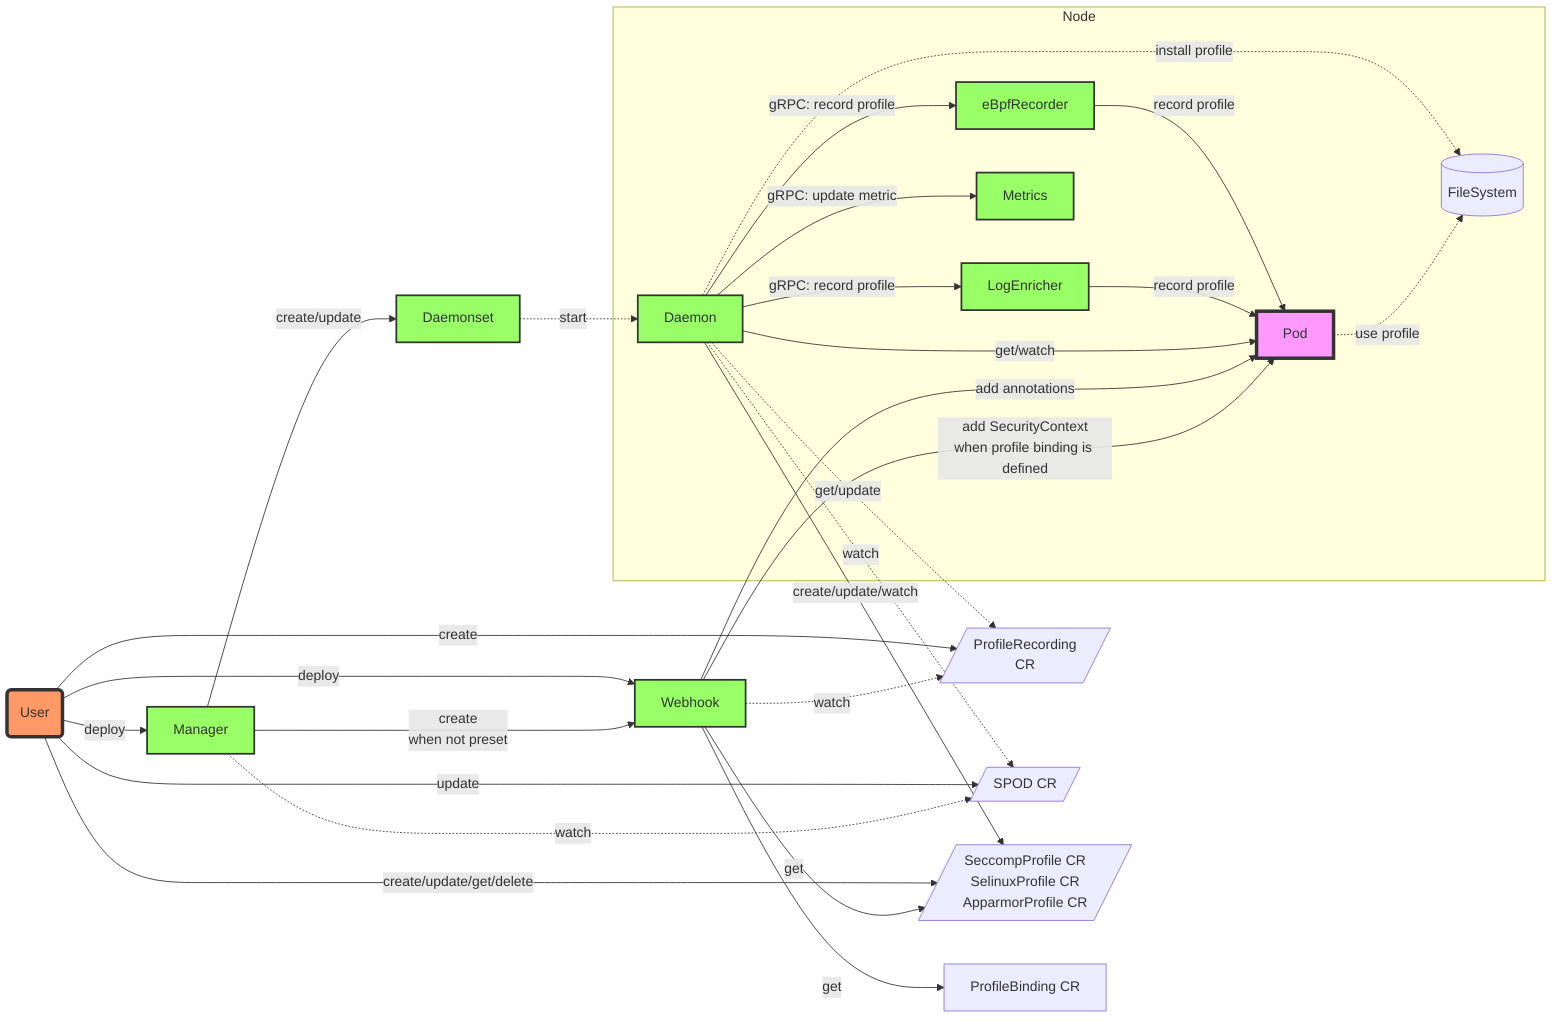
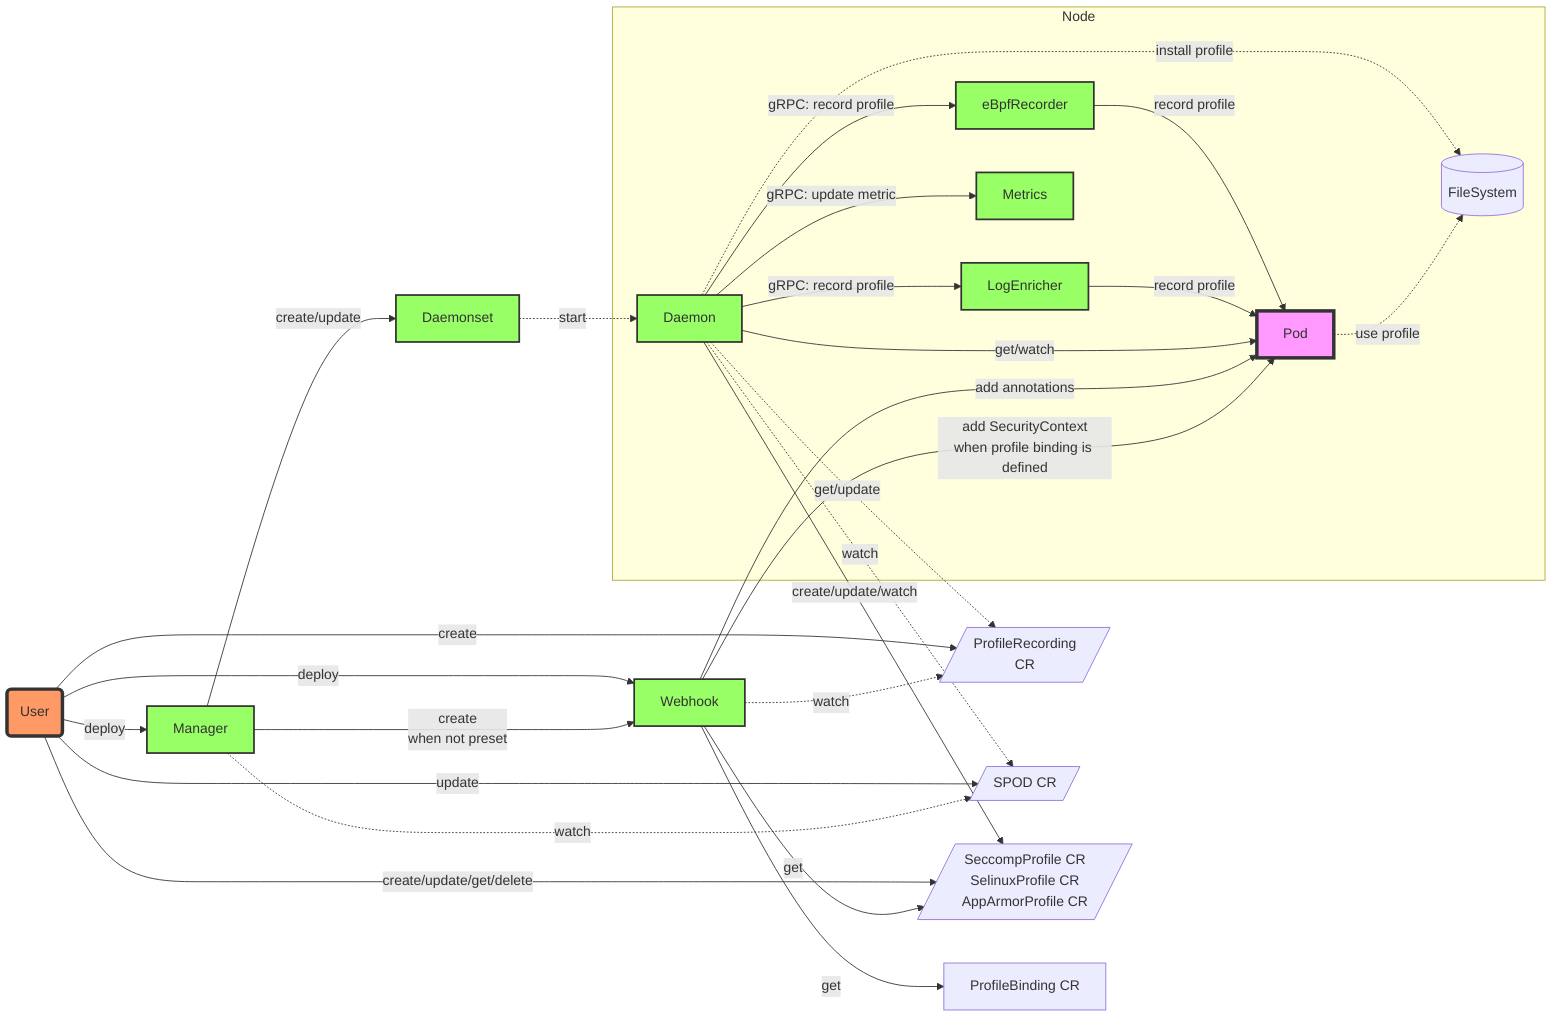
flowchart LR
    U(User)
    subgraph Node
        FS1[(FileSystem)]
        P1[Pod]
        D1[Daemon]
        R1[eBpfRecorder]
        E1[LogEnricher]
        M1[Metrics]

        D1 -.->|install profile|FS1
        P1 -.-> |use profile|FS1
        D1 --> |gRPC: record profile| R1
        D1 --> |gRPC: record profile| E1
        D1 --> |gRPC: update metric| M1
        R1 --> |record profile| P1
        E1 --> |record profile| P1
        D1 -->|get/watch| P1
    end

    Recording[/ProfileRecording<br> CR/]
    Config[/SPOD CR/]
-     Profile[/SeccompProfile CR<br>SelinuxProfile CR <br> ApparmorProfile CR/]
+     Profile[/SeccompProfile CR<br>SelinuxProfile CR <br> AppArmorProfile CR/]
    Binding[ProfileBinding CR]
    W[Webhook]
    M[Manager]
    D[Daemonset]

    U -->|deploy|M
    U -->|deploy|W
    U -->|update|Config
    U -->|create|Recording
    U -->|create/update/get/delete|Profile

    W -.->|watch| Recording
    W -->|add annotations| P1

    M -.->|watch|Config
    M -->|create/update|D
    M -->|create<br>when not preset|W

    D -.->|start|D1
    D1 -.->|watch|Config
    D1-.->|get/update|Recording
    D1 -->|create/update/watch|Profile

    W-->|get|Binding
    W-->|get|Profile
    W-->|add SecurityContext<br>when profile binding is defined|P1

  classDef green fill:#9f6,stroke:#333,stroke-width:2px;
  classDef orange fill:#f96,stroke:#333,stroke-width:4px;
  classDef purple fill:#f9f,stroke:#333,stroke-width:4px
  class W,M,D,D1,D2,R1,R2,E1,M1 green
  class U orange
  class P1,P2 purple